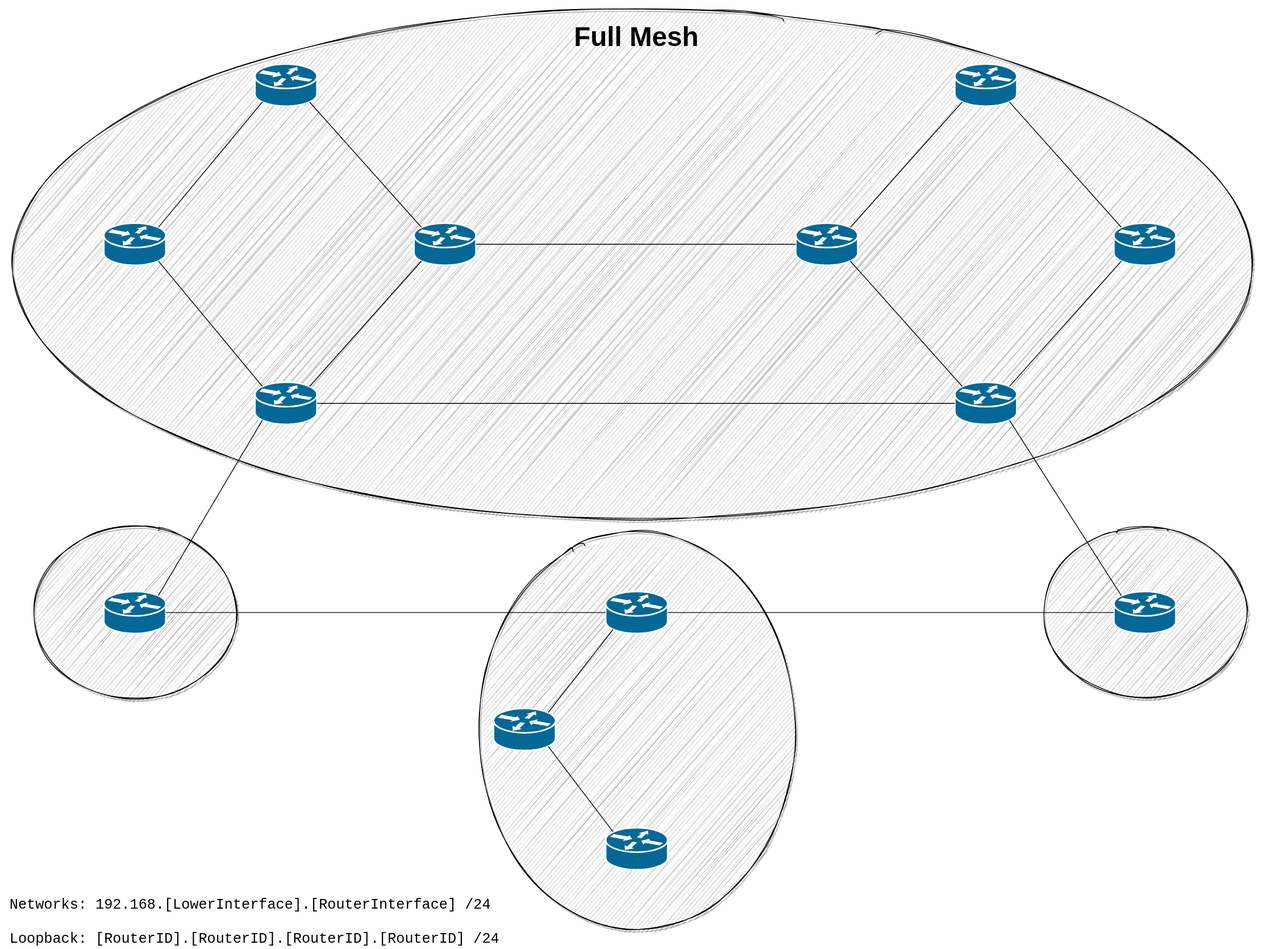
The draw.io diagram Full Mesh.svg in kkurczab/BGP-Route-Reflectors-and-Confederations-Kathara, before a commit. Source tidied: cells renumbered, new cells last; positions are measured from the earlier drawing's top-left corner, leaving out a move shared by most shapes.
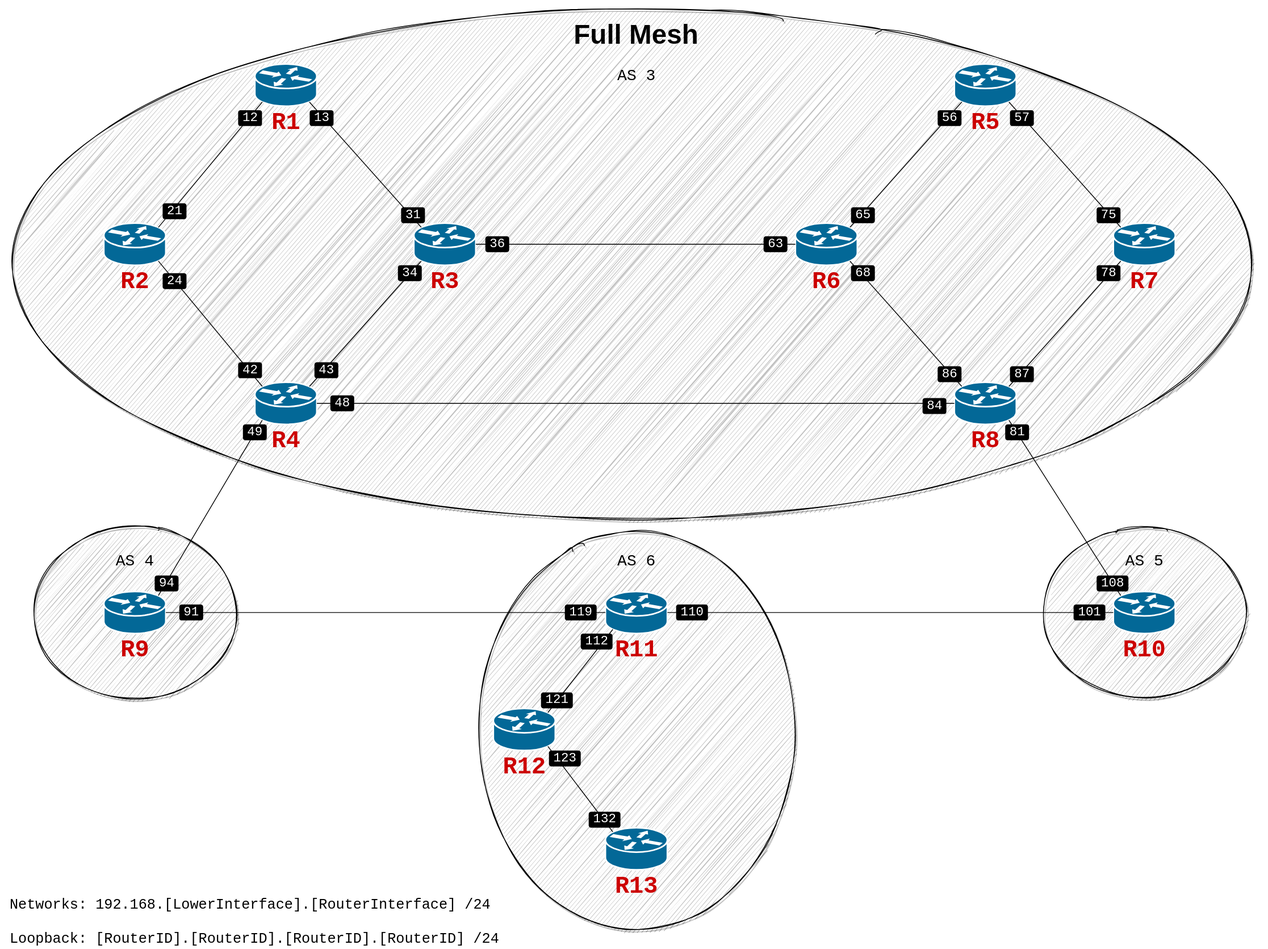
After the commit.

Change to the diagram source:
```diff
@@ -56,3 +56,3 @@
     <mxCell id="19" value="&lt;h1 style=&quot;font-size: 34px;&quot;&gt;Full Mesh&lt;/h1&gt;" style="text;html=1;strokeColor=none;fillColor=none;spacing=5;spacingTop=-20;whiteSpace=wrap;overflow=hidden;rounded=0;align=center;fontStyle=1;horizontal=1;fontSize=34;" parent="1" vertex="1">
-      <mxGeometry x="705" y="13" width="190" height="120" as="geometry" />
+      <mxGeometry x="705" y="10" width="190" height="60" as="geometry" />
     </mxCell>
@@ -109,2 +109,149 @@
     </mxCell>
+    <mxCell id="37" value="AS 3" style="text;html=1;align=center;verticalAlign=middle;strokeColor=none;fillColor=none;fontSize=20;fontFamily=Courier New;" parent="1" vertex="1">
+      <mxGeometry x="770" y="80" width="60" height="30" as="geometry" />
+    </mxCell>
+    <mxCell id="38" value="AS 6" style="text;html=1;align=center;verticalAlign=middle;strokeColor=none;fillColor=none;fontSize=20;fontFamily=Courier New;" parent="1" vertex="1">
+      <mxGeometry x="770" y="690" width="60" height="30" as="geometry" />
+    </mxCell>
+    <mxCell id="39" value="AS 5" style="text;html=1;align=center;verticalAlign=middle;strokeColor=none;fillColor=none;fontSize=20;fontFamily=Courier New;" parent="1" vertex="1">
+      <mxGeometry x="1409" y="690" width="60" height="30" as="geometry" />
+    </mxCell>
+    <mxCell id="40" value="AS 4" style="text;html=1;align=center;verticalAlign=middle;strokeColor=none;fillColor=none;fontSize=20;fontFamily=Courier New;" parent="1" vertex="1">
+      <mxGeometry x="139" y="690" width="60" height="30" as="geometry" />
+    </mxCell>
+    <mxCell id="41" value="&lt;b&gt;&lt;font color=&quot;#cc0000&quot;&gt;R1&lt;/font&gt;&lt;/b&gt;" style="text;html=1;align=center;verticalAlign=middle;strokeColor=none;fillColor=none;fontSize=30;fontFamily=Courier New;" parent="1" vertex="1">
+      <mxGeometry x="334" y="133" width="50" height="40" as="geometry" />
+    </mxCell>
+    <mxCell id="42" value="&lt;b&gt;&lt;font color=&quot;#cc0000&quot;&gt;R2&lt;/font&gt;&lt;/b&gt;" style="text;html=1;align=center;verticalAlign=middle;strokeColor=none;fillColor=none;fontSize=30;fontFamily=Courier New;" parent="1" vertex="1">
+      <mxGeometry x="144" y="333" width="50" height="40" as="geometry" />
+    </mxCell>
+    <mxCell id="43" value="&lt;b&gt;&lt;font color=&quot;#cc0000&quot;&gt;R3&lt;/font&gt;&lt;/b&gt;" style="text;html=1;align=center;verticalAlign=middle;strokeColor=none;fillColor=none;fontSize=30;fontFamily=Courier New;" parent="1" vertex="1">
+      <mxGeometry x="534" y="333" width="50" height="40" as="geometry" />
+    </mxCell>
+    <mxCell id="44" value="&lt;b&gt;&lt;font color=&quot;#cc0000&quot;&gt;R4&lt;/font&gt;&lt;/b&gt;" style="text;html=1;align=center;verticalAlign=middle;strokeColor=none;fillColor=none;fontSize=30;fontFamily=Courier New;" parent="1" vertex="1">
+      <mxGeometry x="334" y="533" width="50" height="40" as="geometry" />
+    </mxCell>
+    <mxCell id="45" value="&lt;b&gt;&lt;font color=&quot;#cc0000&quot;&gt;R6&lt;/font&gt;&lt;/b&gt;" style="text;html=1;align=center;verticalAlign=middle;strokeColor=none;fillColor=none;fontSize=30;fontFamily=Courier New;" parent="1" vertex="1">
+      <mxGeometry x="1014" y="333" width="50" height="40" as="geometry" />
+    </mxCell>
+    <mxCell id="46" value="&lt;b&gt;&lt;font color=&quot;#cc0000&quot;&gt;R5&lt;/font&gt;&lt;/b&gt;" style="text;html=1;align=center;verticalAlign=middle;strokeColor=none;fillColor=none;fontSize=30;fontFamily=Courier New;" parent="1" vertex="1">
+      <mxGeometry x="1214" y="133" width="50" height="40" as="geometry" />
+    </mxCell>
+    <mxCell id="47" value="&lt;b&gt;&lt;font color=&quot;#cc0000&quot;&gt;R7&lt;/font&gt;&lt;/b&gt;" style="text;html=1;align=center;verticalAlign=middle;strokeColor=none;fillColor=none;fontSize=30;fontFamily=Courier New;" parent="1" vertex="1">
+      <mxGeometry x="1414" y="333" width="50" height="40" as="geometry" />
+    </mxCell>
+    <mxCell id="48" value="&lt;b&gt;&lt;font color=&quot;#cc0000&quot;&gt;R8&lt;/font&gt;&lt;/b&gt;" style="text;html=1;align=center;verticalAlign=middle;strokeColor=none;fillColor=none;fontSize=30;fontFamily=Courier New;" parent="1" vertex="1">
+      <mxGeometry x="1214" y="533" width="50" height="40" as="geometry" />
+    </mxCell>
+    <mxCell id="49" value="&lt;b&gt;&lt;font color=&quot;#cc0000&quot;&gt;R9&lt;/font&gt;&lt;/b&gt;" style="text;html=1;align=center;verticalAlign=middle;strokeColor=none;fillColor=none;fontSize=30;fontFamily=Courier New;" parent="1" vertex="1">
+      <mxGeometry x="144" y="796" width="50" height="40" as="geometry" />
+    </mxCell>
+    <mxCell id="50" value="&lt;b&gt;&lt;font color=&quot;#cc0000&quot;&gt;R10&lt;/font&gt;&lt;/b&gt;" style="text;html=1;align=center;verticalAlign=middle;strokeColor=none;fillColor=none;fontSize=30;fontFamily=Courier New;" parent="1" vertex="1">
+      <mxGeometry x="1404" y="796" width="70" height="40" as="geometry" />
+    </mxCell>
+    <mxCell id="51" value="&lt;b&gt;&lt;font color=&quot;#cc0000&quot;&gt;R11&lt;/font&gt;&lt;/b&gt;" style="text;html=1;align=center;verticalAlign=middle;strokeColor=none;fillColor=none;fontSize=30;fontFamily=Courier New;" parent="1" vertex="1">
+      <mxGeometry x="765" y="796" width="70" height="40" as="geometry" />
+    </mxCell>
+    <mxCell id="52" value="&lt;b&gt;&lt;font color=&quot;#cc0000&quot;&gt;R12&lt;/font&gt;&lt;/b&gt;" style="text;html=1;align=center;verticalAlign=middle;strokeColor=none;fillColor=none;fontSize=30;fontFamily=Courier New;" parent="1" vertex="1">
+      <mxGeometry x="624" y="943" width="70" height="40" as="geometry" />
+    </mxCell>
+    <mxCell id="53" value="&lt;b&gt;&lt;font color=&quot;#cc0000&quot;&gt;R13&lt;/font&gt;&lt;/b&gt;" style="text;html=1;align=center;verticalAlign=middle;strokeColor=none;fillColor=none;fontSize=30;fontFamily=Courier New;" parent="1" vertex="1">
+      <mxGeometry x="765" y="1093" width="70" height="40" as="geometry" />
+    </mxCell>
+    <mxCell id="54" value="&lt;font style=&quot;font-size: 16px;&quot;&gt;12&lt;/font&gt;" style="text;html=1;align=center;verticalAlign=middle;fontSize=16;fontFamily=Courier New;labelBorderColor=none;fillColor=#000000;labelBackgroundColor=none;fontColor=#FFFFFF;gradientDirection=west;rounded=1;shadow=0;sketch=0;glass=0;noLabel=0;fixDash=0;" parent="1" vertex="1">
+      <mxGeometry x="299" y="138" width="30" height="20" as="geometry" />
+    </mxCell>
+    <mxCell id="55" value="&lt;font style=&quot;font-size: 16px;&quot;&gt;21&lt;/font&gt;" style="text;html=1;align=center;verticalAlign=middle;fontSize=16;fontFamily=Courier New;labelBorderColor=none;fillColor=#000000;labelBackgroundColor=none;fontColor=#FFFFFF;gradientDirection=west;rounded=1;shadow=0;sketch=0;glass=0;noLabel=0;fixDash=0;" parent="1" vertex="1">
+      <mxGeometry x="204" y="255" width="30" height="20" as="geometry" />
+    </mxCell>
+    <mxCell id="56" value="&lt;font style=&quot;font-size: 16px;&quot;&gt;13&lt;/font&gt;" style="text;html=1;align=center;verticalAlign=middle;fontSize=16;fontFamily=Courier New;labelBorderColor=none;fillColor=#000000;labelBackgroundColor=none;fontColor=#FFFFFF;gradientDirection=west;rounded=1;shadow=0;sketch=0;glass=0;noLabel=0;fixDash=0;" parent="1" vertex="1">
+      <mxGeometry x="389" y="138" width="30" height="20" as="geometry" />
+    </mxCell>
+    <mxCell id="57" value="&lt;font style=&quot;font-size: 16px;&quot;&gt;24&lt;/font&gt;" style="text;html=1;align=center;verticalAlign=middle;fontSize=16;fontFamily=Courier New;labelBorderColor=none;fillColor=#000000;labelBackgroundColor=none;fontColor=#FFFFFF;gradientDirection=west;rounded=1;shadow=0;sketch=0;glass=0;noLabel=0;fixDash=0;" parent="1" vertex="1">
+      <mxGeometry x="204" y="343" width="30" height="20" as="geometry" />
+    </mxCell>
+    <mxCell id="58" value="&lt;font style=&quot;font-size: 16px;&quot;&gt;42&lt;/font&gt;" style="text;html=1;align=center;verticalAlign=middle;fontSize=16;fontFamily=Courier New;labelBorderColor=none;fillColor=#000000;labelBackgroundColor=none;fontColor=#FFFFFF;gradientDirection=west;rounded=1;shadow=0;sketch=0;glass=0;noLabel=0;fixDash=0;" parent="1" vertex="1">
+      <mxGeometry x="299" y="455" width="30" height="20" as="geometry" />
+    </mxCell>
+    <mxCell id="59" value="&lt;font style=&quot;font-size: 16px;&quot;&gt;43&lt;/font&gt;" style="text;html=1;align=center;verticalAlign=middle;fontSize=16;fontFamily=Courier New;labelBorderColor=none;fillColor=#000000;labelBackgroundColor=none;fontColor=#FFFFFF;gradientDirection=west;rounded=1;shadow=0;sketch=0;glass=0;noLabel=0;fixDash=0;" parent="1" vertex="1">
+      <mxGeometry x="395" y="455" width="30" height="20" as="geometry" />
+    </mxCell>
+    <mxCell id="60" value="&lt;font style=&quot;font-size: 16px;&quot;&gt;48&lt;/font&gt;" style="text;html=1;align=center;verticalAlign=middle;fontSize=16;fontFamily=Courier New;labelBorderColor=none;fillColor=#000000;labelBackgroundColor=none;fontColor=#FFFFFF;gradientDirection=west;rounded=1;shadow=0;sketch=0;glass=0;noLabel=0;fixDash=0;" parent="1" vertex="1">
+      <mxGeometry x="415" y="496.5" width="30" height="20" as="geometry" />
+    </mxCell>
+    <mxCell id="61" value="&lt;font style=&quot;font-size: 16px;&quot;&gt;49&lt;/font&gt;" style="text;html=1;align=center;verticalAlign=middle;fontSize=16;fontFamily=Courier New;labelBorderColor=none;fillColor=#000000;labelBackgroundColor=none;fontColor=#FFFFFF;gradientDirection=west;rounded=1;shadow=0;sketch=0;glass=0;noLabel=0;fixDash=0;" parent="1" vertex="1">
+      <mxGeometry x="305" y="533" width="30" height="20" as="geometry" />
+    </mxCell>
+    <mxCell id="62" value="&lt;font style=&quot;font-size: 16px&quot;&gt;56&lt;/font&gt;" style="text;html=1;align=center;verticalAlign=middle;fontSize=16;fontFamily=Courier New;labelBorderColor=none;fillColor=#000000;labelBackgroundColor=none;fontColor=#FFFFFF;gradientDirection=west;rounded=1;shadow=0;sketch=0;glass=0;noLabel=0;fixDash=0;" parent="1" vertex="1">
+      <mxGeometry x="1179" y="138" width="30" height="20" as="geometry" />
+    </mxCell>
+    <mxCell id="63" value="&lt;font style=&quot;font-size: 16px&quot;&gt;65&lt;/font&gt;" style="text;html=1;align=center;verticalAlign=middle;fontSize=16;fontFamily=Courier New;labelBorderColor=none;fillColor=#000000;labelBackgroundColor=none;fontColor=#FFFFFF;gradientDirection=west;rounded=1;shadow=0;sketch=0;glass=0;noLabel=0;fixDash=0;" parent="1" vertex="1">
+      <mxGeometry x="1070" y="260" width="30" height="20" as="geometry" />
+    </mxCell>
+    <mxCell id="64" value="&lt;font style=&quot;font-size: 16px&quot;&gt;31&lt;/font&gt;" style="text;html=1;align=center;verticalAlign=middle;fontSize=16;fontFamily=Courier New;labelBorderColor=none;fillColor=#000000;labelBackgroundColor=none;fontColor=#FFFFFF;gradientDirection=west;rounded=1;shadow=0;sketch=0;glass=0;noLabel=0;fixDash=0;" parent="1" vertex="1">
+      <mxGeometry x="504" y="260" width="30" height="20" as="geometry" />
+    </mxCell>
+    <mxCell id="65" value="&lt;font style=&quot;font-size: 16px&quot;&gt;36&lt;/font&gt;" style="text;html=1;align=center;verticalAlign=middle;fontSize=16;fontFamily=Courier New;labelBorderColor=none;fillColor=#000000;labelBackgroundColor=none;fontColor=#FFFFFF;gradientDirection=west;rounded=1;shadow=0;sketch=0;glass=0;noLabel=0;fixDash=0;" parent="1" vertex="1">
+      <mxGeometry x="610" y="296.5" width="30" height="20" as="geometry" />
+    </mxCell>
+    <mxCell id="66" value="&lt;font style=&quot;font-size: 16px&quot;&gt;34&lt;/font&gt;" style="text;html=1;align=center;verticalAlign=middle;fontSize=16;fontFamily=Courier New;labelBorderColor=none;fillColor=#000000;labelBackgroundColor=none;fontColor=#FFFFFF;gradientDirection=west;rounded=1;shadow=0;sketch=0;glass=0;noLabel=0;fixDash=0;" parent="1" vertex="1">
+      <mxGeometry x="500" y="333" width="30" height="20" as="geometry" />
+    </mxCell>
+    <mxCell id="67" value="&lt;font style=&quot;font-size: 16px&quot;&gt;63&lt;/font&gt;" style="text;html=1;align=center;verticalAlign=middle;fontSize=16;fontFamily=Courier New;labelBorderColor=none;fillColor=#000000;labelBackgroundColor=none;fontColor=#FFFFFF;gradientDirection=west;rounded=1;shadow=0;sketch=0;glass=0;noLabel=0;fixDash=0;" parent="1" vertex="1">
+      <mxGeometry x="960" y="296.5" width="30" height="20" as="geometry" />
+    </mxCell>
+    <mxCell id="68" value="&lt;font style=&quot;font-size: 16px&quot;&gt;68&lt;/font&gt;" style="text;html=1;align=center;verticalAlign=middle;fontSize=16;fontFamily=Courier New;labelBorderColor=none;fillColor=#000000;labelBackgroundColor=none;fontColor=#FFFFFF;gradientDirection=west;rounded=1;shadow=0;sketch=0;glass=0;noLabel=0;fixDash=0;" parent="1" vertex="1">
+      <mxGeometry x="1070" y="333" width="30" height="20" as="geometry" />
+    </mxCell>
+    <mxCell id="69" value="&lt;font style=&quot;font-size: 16px&quot;&gt;57&lt;/font&gt;" style="text;html=1;align=center;verticalAlign=middle;fontSize=16;fontFamily=Courier New;labelBorderColor=none;fillColor=#000000;labelBackgroundColor=none;fontColor=#FFFFFF;gradientDirection=west;rounded=1;shadow=0;sketch=0;glass=0;noLabel=0;fixDash=0;" parent="1" vertex="1">
+      <mxGeometry x="1270" y="138" width="30" height="20" as="geometry" />
+    </mxCell>
+    <mxCell id="70" value="&lt;font style=&quot;font-size: 16px&quot;&gt;75&lt;/font&gt;" style="text;html=1;align=center;verticalAlign=middle;fontSize=16;fontFamily=Courier New;labelBorderColor=none;fillColor=#000000;labelBackgroundColor=none;fontColor=#FFFFFF;gradientDirection=west;rounded=1;shadow=0;sketch=0;glass=0;noLabel=0;fixDash=0;" parent="1" vertex="1">
+      <mxGeometry x="1379" y="260" width="30" height="20" as="geometry" />
+    </mxCell>
+    <mxCell id="71" value="&lt;font style=&quot;font-size: 16px&quot;&gt;78&lt;/font&gt;" style="text;html=1;align=center;verticalAlign=middle;fontSize=16;fontFamily=Courier New;labelBorderColor=none;fillColor=#000000;labelBackgroundColor=none;fontColor=#FFFFFF;gradientDirection=west;rounded=1;shadow=0;sketch=0;glass=0;noLabel=0;fixDash=0;" parent="1" vertex="1">
+      <mxGeometry x="1379" y="333" width="30" height="20" as="geometry" />
+    </mxCell>
+    <mxCell id="72" value="&lt;font style=&quot;font-size: 16px&quot;&gt;86&lt;/font&gt;" style="text;html=1;align=center;verticalAlign=middle;fontSize=16;fontFamily=Courier New;labelBorderColor=none;fillColor=#000000;labelBackgroundColor=none;fontColor=#FFFFFF;gradientDirection=west;rounded=1;shadow=0;sketch=0;glass=0;noLabel=0;fixDash=0;" parent="1" vertex="1">
+      <mxGeometry x="1179" y="460" width="30" height="20" as="geometry" />
+    </mxCell>
+    <mxCell id="73" value="&lt;font style=&quot;font-size: 16px&quot;&gt;87&lt;/font&gt;" style="text;html=1;align=center;verticalAlign=middle;fontSize=16;fontFamily=Courier New;labelBorderColor=none;fillColor=#000000;labelBackgroundColor=none;fontColor=#FFFFFF;gradientDirection=west;rounded=1;shadow=0;sketch=0;glass=0;noLabel=0;fixDash=0;" parent="1" vertex="1">
+      <mxGeometry x="1270" y="460" width="30" height="20" as="geometry" />
+    </mxCell>
+    <mxCell id="74" value="&lt;font style=&quot;font-size: 16px&quot;&gt;84&lt;/font&gt;" style="text;html=1;align=center;verticalAlign=middle;fontSize=16;fontFamily=Courier New;labelBorderColor=none;fillColor=#000000;labelBackgroundColor=none;fontColor=#FFFFFF;gradientDirection=west;rounded=1;shadow=0;sketch=0;glass=0;noLabel=0;fixDash=0;" parent="1" vertex="1">
+      <mxGeometry x="1160" y="500" width="30" height="20" as="geometry" />
+    </mxCell>
+    <mxCell id="75" value="&lt;font style=&quot;font-size: 16px&quot;&gt;81&lt;/font&gt;" style="text;html=1;align=center;verticalAlign=middle;fontSize=16;fontFamily=Courier New;labelBorderColor=none;fillColor=#000000;labelBackgroundColor=none;fontColor=#FFFFFF;gradientDirection=west;rounded=1;shadow=0;sketch=0;glass=0;noLabel=0;fixDash=0;" parent="1" vertex="1">
+      <mxGeometry x="1264" y="533" width="30" height="20" as="geometry" />
+    </mxCell>
+    <mxCell id="76" value="&lt;font style=&quot;font-size: 16px&quot;&gt;108&lt;/font&gt;" style="text;html=1;align=center;verticalAlign=middle;fontSize=16;fontFamily=Courier New;labelBorderColor=none;fillColor=#000000;labelBackgroundColor=none;fontColor=#FFFFFF;gradientDirection=west;rounded=1;shadow=0;sketch=0;glass=0;noLabel=0;fixDash=0;" parent="1" vertex="1">
+      <mxGeometry x="1379" y="723" width="40" height="20" as="geometry" />
+    </mxCell>
+    <mxCell id="77" value="&lt;font style=&quot;font-size: 16px&quot;&gt;101&lt;/font&gt;" style="text;html=1;align=center;verticalAlign=middle;fontSize=16;fontFamily=Courier New;labelBorderColor=none;fillColor=#000000;labelBackgroundColor=none;fontColor=#FFFFFF;gradientDirection=west;rounded=1;shadow=0;sketch=0;glass=0;noLabel=0;fixDash=0;" parent="1" vertex="1">
+      <mxGeometry x="1350" y="759.5" width="40" height="20" as="geometry" />
+    </mxCell>
+    <mxCell id="78" value="&lt;font style=&quot;font-size: 16px&quot;&gt;110&lt;/font&gt;" style="text;html=1;align=center;verticalAlign=middle;fontSize=16;fontFamily=Courier New;labelBorderColor=none;fillColor=#000000;labelBackgroundColor=none;fontColor=#FFFFFF;gradientDirection=west;rounded=1;shadow=0;sketch=0;glass=0;noLabel=0;fixDash=0;" parent="1" vertex="1">
+      <mxGeometry x="850" y="759.5" width="40" height="20" as="geometry" />
+    </mxCell>
+    <mxCell id="79" value="&lt;font style=&quot;font-size: 16px&quot;&gt;119&lt;/font&gt;" style="text;html=1;align=center;verticalAlign=middle;fontSize=16;fontFamily=Courier New;labelBorderColor=none;fillColor=#000000;labelBackgroundColor=none;fontColor=#FFFFFF;gradientDirection=west;rounded=1;shadow=0;sketch=0;glass=0;noLabel=0;fixDash=0;" parent="1" vertex="1">
+      <mxGeometry x="710" y="759.5" width="40" height="20" as="geometry" />
+    </mxCell>
+    <mxCell id="80" value="&lt;font style=&quot;font-size: 16px&quot;&gt;94&lt;/font&gt;" style="text;html=1;align=center;verticalAlign=middle;fontSize=16;fontFamily=Courier New;labelBorderColor=none;fillColor=#000000;labelBackgroundColor=none;fontColor=#FFFFFF;gradientDirection=west;rounded=1;shadow=0;sketch=0;glass=0;noLabel=0;fixDash=0;" parent="1" vertex="1">
+      <mxGeometry x="194" y="723" width="30" height="20" as="geometry" />
+    </mxCell>
+    <mxCell id="81" value="&lt;font style=&quot;font-size: 16px&quot;&gt;91&lt;/font&gt;" style="text;html=1;align=center;verticalAlign=middle;fontSize=16;fontFamily=Courier New;labelBorderColor=none;fillColor=#000000;labelBackgroundColor=none;fontColor=#FFFFFF;gradientDirection=west;rounded=1;shadow=0;sketch=0;glass=0;noLabel=0;fixDash=0;" parent="1" vertex="1">
+      <mxGeometry x="225" y="759.5" width="30" height="20" as="geometry" />
+    </mxCell>
+    <mxCell id="82" value="121" style="text;html=1;align=center;verticalAlign=middle;fontSize=16;fontFamily=Courier New;labelBorderColor=none;fillColor=#000000;labelBackgroundColor=none;fontColor=#FFFFFF;gradientDirection=west;rounded=1;shadow=0;sketch=0;glass=0;noLabel=0;fixDash=0;" parent="1" vertex="1">
+      <mxGeometry x="680" y="870" width="40" height="20" as="geometry" />
+    </mxCell>
+    <mxCell id="83" value="&lt;font style=&quot;font-size: 16px&quot;&gt;123&lt;/font&gt;" style="text;html=1;align=center;verticalAlign=middle;fontSize=16;fontFamily=Courier New;labelBorderColor=none;fillColor=#000000;labelBackgroundColor=none;fontColor=#FFFFFF;gradientDirection=west;rounded=1;shadow=0;sketch=0;glass=0;noLabel=0;fixDash=0;" parent="1" vertex="1">
+      <mxGeometry x="690" y="943" width="40" height="20" as="geometry" />
+    </mxCell>
+    <mxCell id="84" value="&lt;font style=&quot;font-size: 16px&quot;&gt;132&lt;/font&gt;" style="text;html=1;align=center;verticalAlign=middle;fontSize=16;fontFamily=Courier New;labelBorderColor=none;fillColor=#000000;labelBackgroundColor=none;fontColor=#FFFFFF;gradientDirection=west;rounded=1;shadow=0;sketch=0;glass=0;noLabel=0;fixDash=0;" parent="1" vertex="1">
+      <mxGeometry x="740" y="1020" width="40" height="20" as="geometry" />
+    </mxCell>
+    <mxCell id="85" value="&lt;font style=&quot;font-size: 16px&quot;&gt;112&lt;/font&gt;" style="text;html=1;align=center;verticalAlign=middle;fontSize=16;fontFamily=Courier New;labelBorderColor=none;fillColor=#000000;labelBackgroundColor=none;fontColor=#FFFFFF;gradientDirection=west;rounded=1;shadow=0;sketch=0;glass=0;noLabel=0;fixDash=0;" parent="1" vertex="1">
+      <mxGeometry x="730" y="796" width="40" height="20" as="geometry" />
+    </mxCell>
   </root>
```
